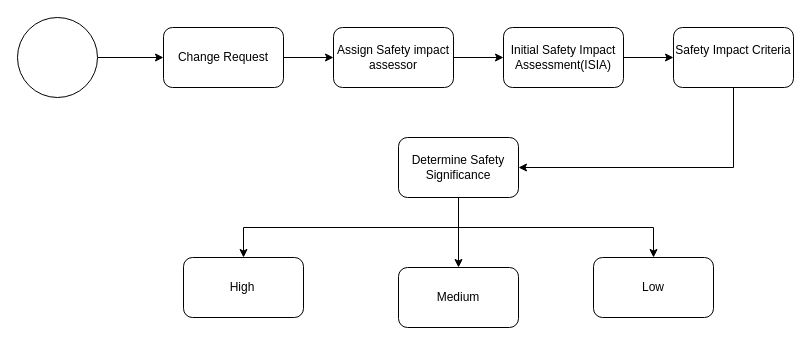
This is page "Index" (1 of 4) of SQE.drawio from AvikM1996/draw.io, a draw.io file, before an edit. Source tidied: cells renumbered, new cells numbered last; positions are measured from the earlier drawing's top-left corner, leaving out a move shared by most shapes. Both pictures are drawn from the tidied source at 100%, with x=0, y=0 at pixel (17, 17).
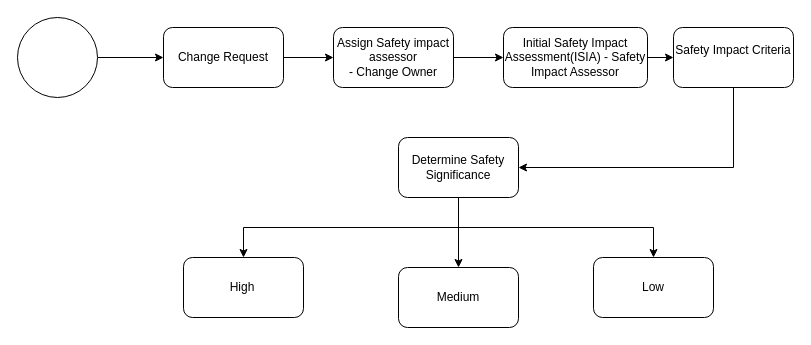
After the change.

Change to the diagram source:
```diff
@@
-    <mxCell id="5" value="Assign Safety impact assessor" style="rounded=1;whiteSpace=wrap;html=1;" parent="1" vertex="1">
+    <mxCell id="5" value="Assign Safety impact assessor&lt;br&gt;- Change Owner" style="rounded=1;whiteSpace=wrap;html=1;" parent="1" vertex="1">
       <mxGeometry x="316" y="10" width="120" height="60" as="geometry" />
     </mxCell>
@@
-    <mxCell id="7" value="Initial Safety Impact Assessment(ISIA)" style="rounded=1;whiteSpace=wrap;html=1;" parent="1" vertex="1">
-      <mxGeometry x="486" y="10" width="120" height="60" as="geometry" />
+    <mxCell id="7" value="Initial Safety Impact Assessment(ISIA) - Safety Impact Assessor" style="rounded=1;whiteSpace=wrap;html=1;" parent="1" vertex="1">
+      <mxGeometry x="486" y="10" width="144" height="60" as="geometry" />
     </mxCell>
```
